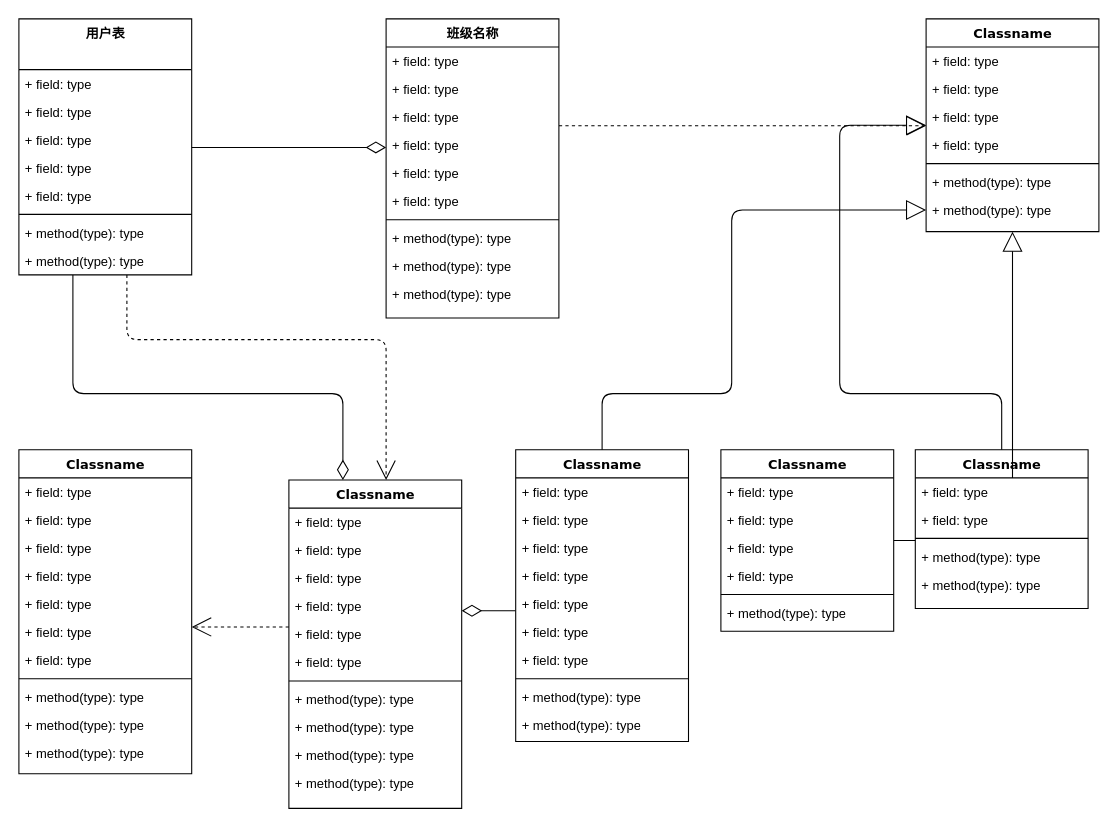
This is iot_v1.drawio from hypnosis01/draw-mes, a draw.io file, before an edit. Source tidied: cells renumbered, new cells numbered last; positions are measured from the earlier drawing's top-left corner, leaving out a move shared by most shapes. Both pictures are drawn from the tidied source at 108%, with x=0, y=0 at pixel (18, 18).
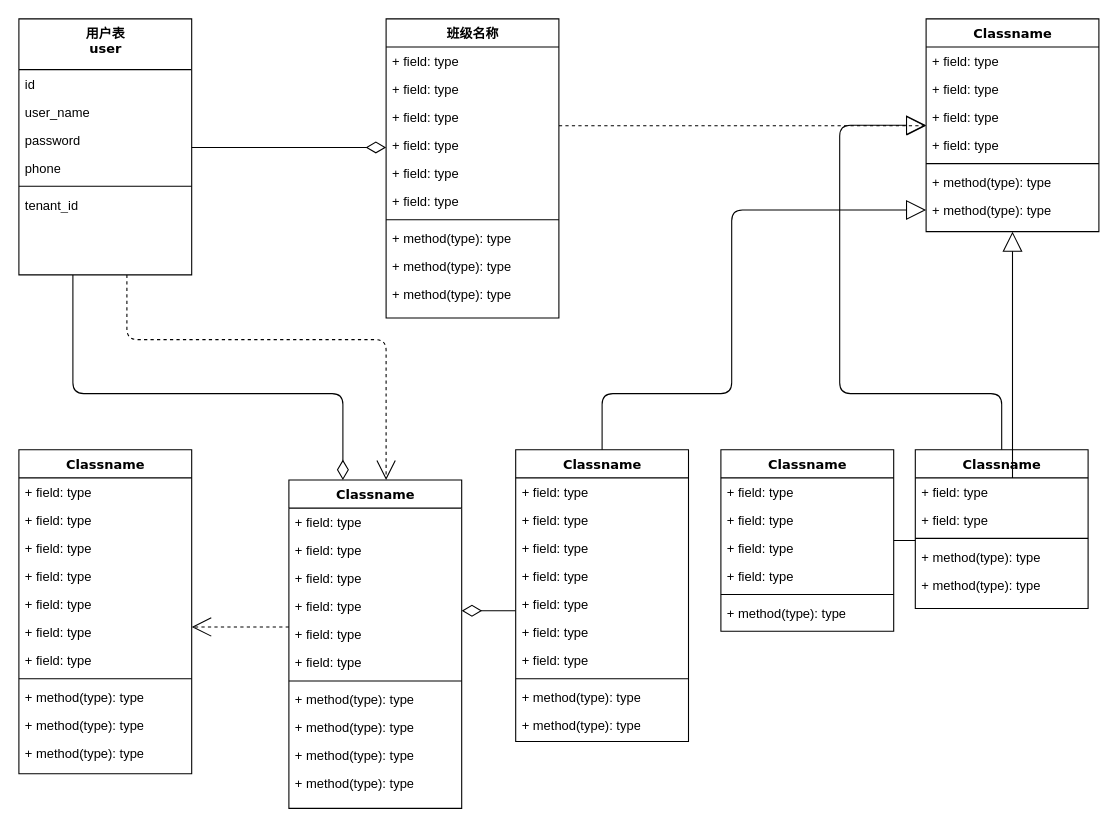
After the change.

Change to the diagram source:
```diff
@@
-    <mxCell id="4" value="用户表&lt;br&gt;" style="swimlane;html=1;fontStyle=1;align=center;verticalAlign=top;horizontal=1;startSize=47;swimlaneFillColor=#ffffff;rounded=0;shadow=0;comic=0;labelBackgroundColor=none;strokeWidth=1;fillColor=none;fontFamily=Verdana;fontSize=12;" parent="1" vertex="1">
+    <mxCell id="4" value="用户表&lt;br&gt;user&lt;br&gt;" style="swimlane;html=1;fontStyle=1;align=center;verticalAlign=top;horizontal=1;startSize=47;swimlaneFillColor=#ffffff;rounded=0;shadow=0;comic=0;labelBackgroundColor=none;strokeWidth=1;fillColor=none;fontFamily=Verdana;fontSize=12;" parent="1" vertex="1">
       <mxGeometry width="160" height="237" as="geometry" />
     </mxCell>
-    <mxCell id="5" value="+ field: type" style="text;html=1;strokeColor=none;fillColor=none;align=left;verticalAlign=top;spacingLeft=4;spacingRight=4;whiteSpace=wrap;overflow=hidden;" parent="4" vertex="1">
+    <mxCell id="5" value="id" style="text;html=1;strokeColor=none;fillColor=none;align=left;verticalAlign=top;spacingLeft=4;spacingRight=4;whiteSpace=wrap;overflow=hidden;" parent="4" vertex="1">
       <mxGeometry y="47" width="160" height="26" as="geometry" />
     </mxCell>
-    <mxCell id="6" value="+ field: type" style="text;html=1;strokeColor=none;fillColor=none;align=left;verticalAlign=top;spacingLeft=4;spacingRight=4;whiteSpace=wrap;overflow=hidden;" parent="4" vertex="1">
-      <mxGeometry y="73" width="160" height="26" as="geometry" />
-    </mxCell>
-    <mxCell id="7" value="+ field: type" style="text;html=1;strokeColor=none;fillColor=none;align=left;verticalAlign=top;spacingLeft=4;spacingRight=4;whiteSpace=wrap;overflow=hidden;" parent="4" vertex="1">
-      <mxGeometry y="99" width="160" height="26" as="geometry" />
+    <mxCell id="7" value="user_name" style="text;html=1;strokeColor=none;fillColor=none;align=left;verticalAlign=top;spacingLeft=4;spacingRight=4;whiteSpace=wrap;overflow=hidden;" parent="4" vertex="1">
+      <mxGeometry y="73" width="160" height="26" as="geometry" />
     </mxCell>
-    <mxCell id="8" value="+ field: type" style="text;html=1;strokeColor=none;fillColor=none;align=left;verticalAlign=top;spacingLeft=4;spacingRight=4;whiteSpace=wrap;overflow=hidden;" parent="4" vertex="1">
-      <mxGeometry y="125" width="160" height="26" as="geometry" />
+    <mxCell id="8" value="password" style="text;html=1;strokeColor=none;fillColor=none;align=left;verticalAlign=top;spacingLeft=4;spacingRight=4;whiteSpace=wrap;overflow=hidden;" parent="4" vertex="1">
+      <mxGeometry y="99" width="160" height="26" as="geometry" />
     </mxCell>
-    <mxCell id="9" value="+ field: type" style="text;html=1;strokeColor=none;fillColor=none;align=left;verticalAlign=top;spacingLeft=4;spacingRight=4;whiteSpace=wrap;overflow=hidden;" parent="4" vertex="1">
-      <mxGeometry y="151" width="160" height="26" as="geometry" />
-    </mxCell>
+    <mxCell id="11" value="phone" style="text;html=1;strokeColor=none;fillColor=none;align=left;verticalAlign=top;spacingLeft=4;spacingRight=4;whiteSpace=wrap;overflow=hidden;" parent="4" vertex="1">
+      <mxGeometry y="125" width="160" height="26" as="geometry" />
+    </mxCell>
     <mxCell id="10" style="line;html=1;strokeWidth=1;fillColor=none;align=left;verticalAlign=middle;spacingTop=-1;spacingLeft=3;spacingRight=3;labelPosition=right;" parent="4" vertex="1">
-      <mxGeometry y="177" width="160" height="8" as="geometry" />
+      <mxGeometry y="151" width="160" height="8" as="geometry" />
     </mxCell>
-    <mxCell id="11" value="+ method(type): type" style="text;html=1;strokeColor=none;fillColor=none;align=left;verticalAlign=top;spacingLeft=4;spacingRight=4;whiteSpace=wrap;overflow=hidden;" parent="4" vertex="1">
-      <mxGeometry y="185" width="160" height="26" as="geometry" />
-    </mxCell>
-    <mxCell id="12" value="+ method(type): type" style="text;html=1;strokeColor=none;fillColor=none;align=left;verticalAlign=top;spacingLeft=4;spacingRight=4;whiteSpace=wrap;overflow=hidden;" parent="4" vertex="1">
-      <mxGeometry y="211" width="160" height="26" as="geometry" />
+    <mxCell id="12" value="tenant_id" style="text;html=1;strokeColor=none;fillColor=none;align=left;verticalAlign=top;spacingLeft=4;spacingRight=4;whiteSpace=wrap;overflow=hidden;" parent="4" vertex="1">
+      <mxGeometry y="159" width="160" height="26" as="geometry" />
     </mxCell>
```
